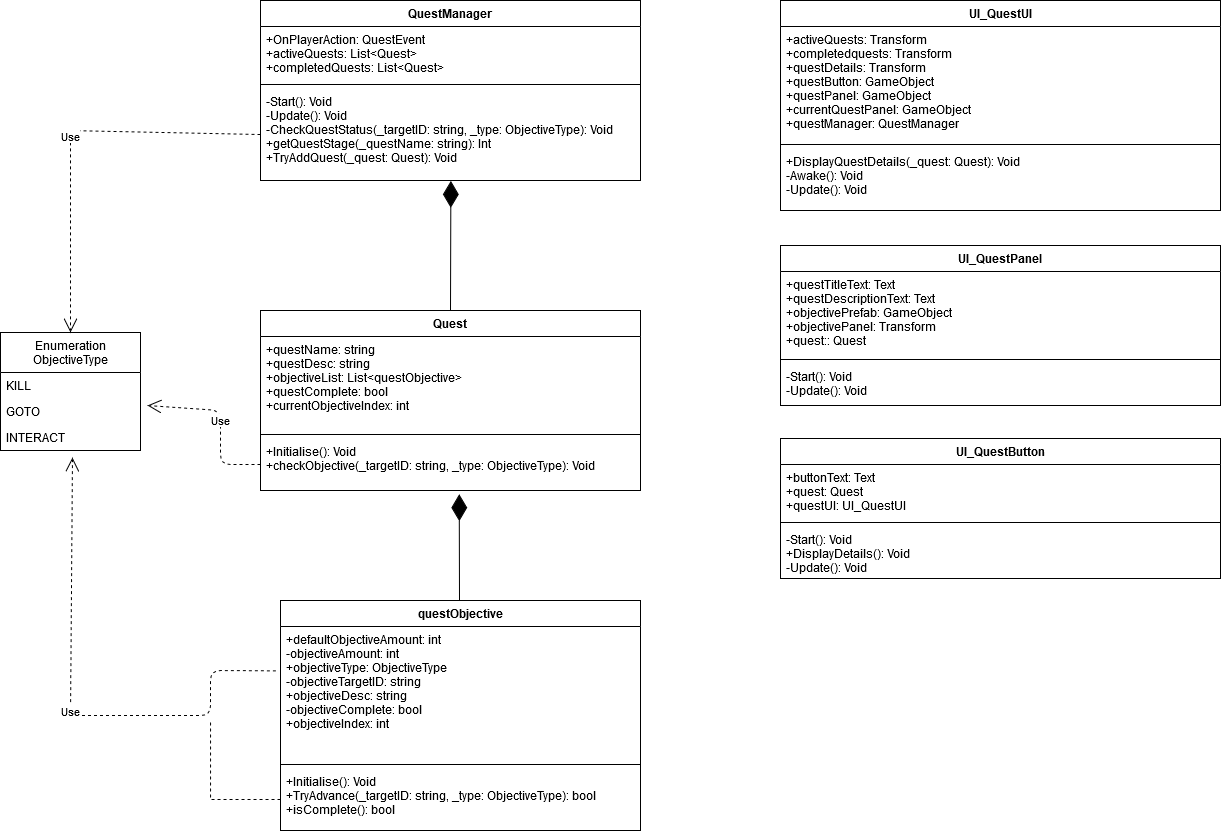
The draw.io diagram UML_Shards_of_redemption.png in Nerys-Thamm/MDS-work, before a commit. Source tidied: cells renumbered, new cells last; positions are measured from the earlier drawing's top-left corner, leaving out a move shared by most shapes.
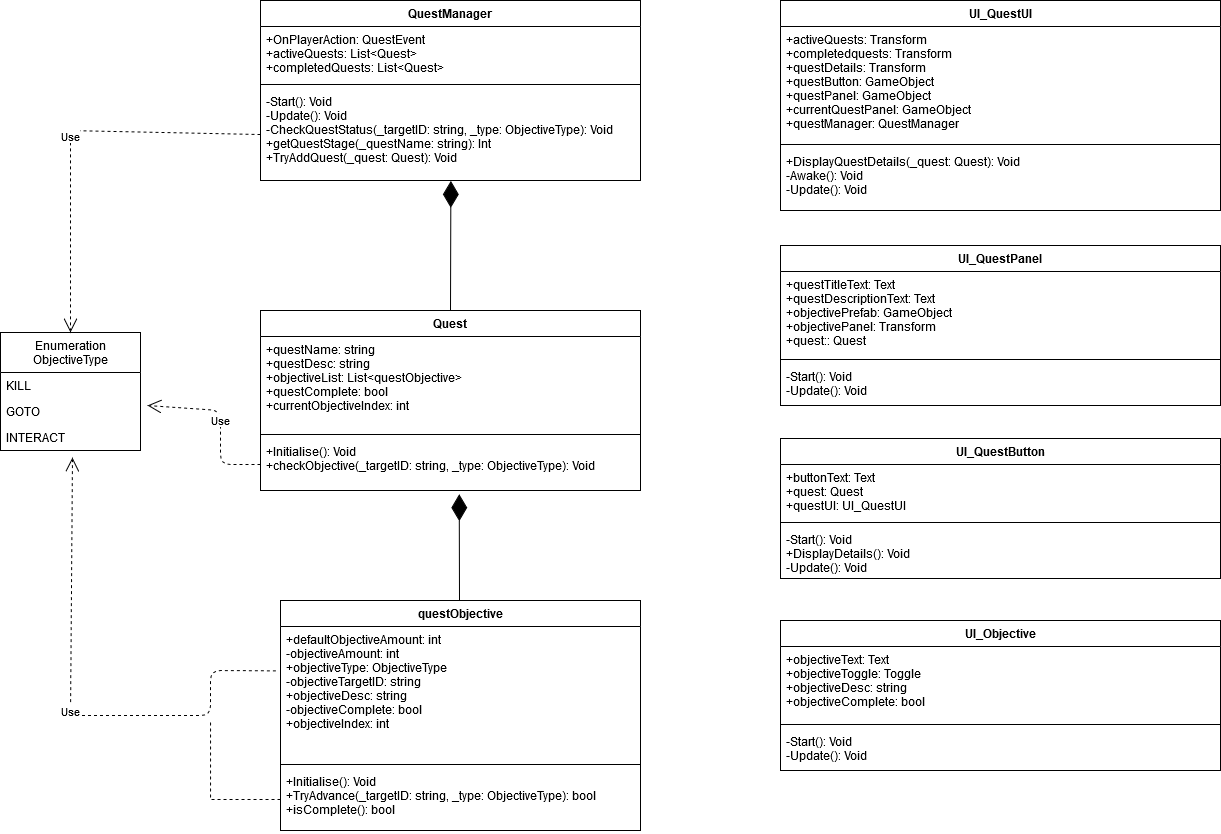
The same diagram one commit later.

Change to the diagram source:
```diff
@@ -124,5 +124,17 @@
     <mxCell id="35" value="-Start(): Void&#10;+DisplayDetails(): Void&#10;-Update(): Void&#10;" style="text;strokeColor=none;fillColor=none;align=left;verticalAlign=top;spacingLeft=4;spacingRight=4;overflow=hidden;" parent="32" vertex="1">
       <mxGeometry y="88" width="440" height="52" as="geometry" />
     </mxCell>
+    <mxCell id="36" value="UI_Objective" style="swimlane;fontStyle=1;align=center;verticalAlign=top;horizontal=1;startSize=26;fillColor=none;html=0;" parent="1" vertex="1">
+      <mxGeometry x="780" y="620" width="440" height="150" as="geometry" />
+    </mxCell>
+    <mxCell id="37" value="+objectiveText: Text&#10;+objectiveToggle: Toggle&#10;+objectiveDesc: string&#10;+objectiveComplete: bool&#10;" style="text;strokeColor=none;fillColor=none;align=left;verticalAlign=top;spacingLeft=4;spacingRight=4;overflow=hidden;" parent="36" vertex="1">
+      <mxGeometry y="26" width="440" height="74" as="geometry" />
+    </mxCell>
+    <mxCell id="38" style="line;strokeWidth=1;fillColor=none;align=left;verticalAlign=middle;spacingTop=-1;spacingLeft=3;spacingRight=3;labelPosition=right;" parent="36" vertex="1">
+      <mxGeometry y="100" width="440" height="8" as="geometry" />
+    </mxCell>
+    <mxCell id="39" value="-Start(): Void&#10;-Update(): Void&#10;" style="text;strokeColor=none;fillColor=none;align=left;verticalAlign=top;spacingLeft=4;spacingRight=4;overflow=hidden;" parent="36" vertex="1">
+      <mxGeometry y="108" width="440" height="42" as="geometry" />
+    </mxCell>
   </root>
 </mxGraphModel>
```
